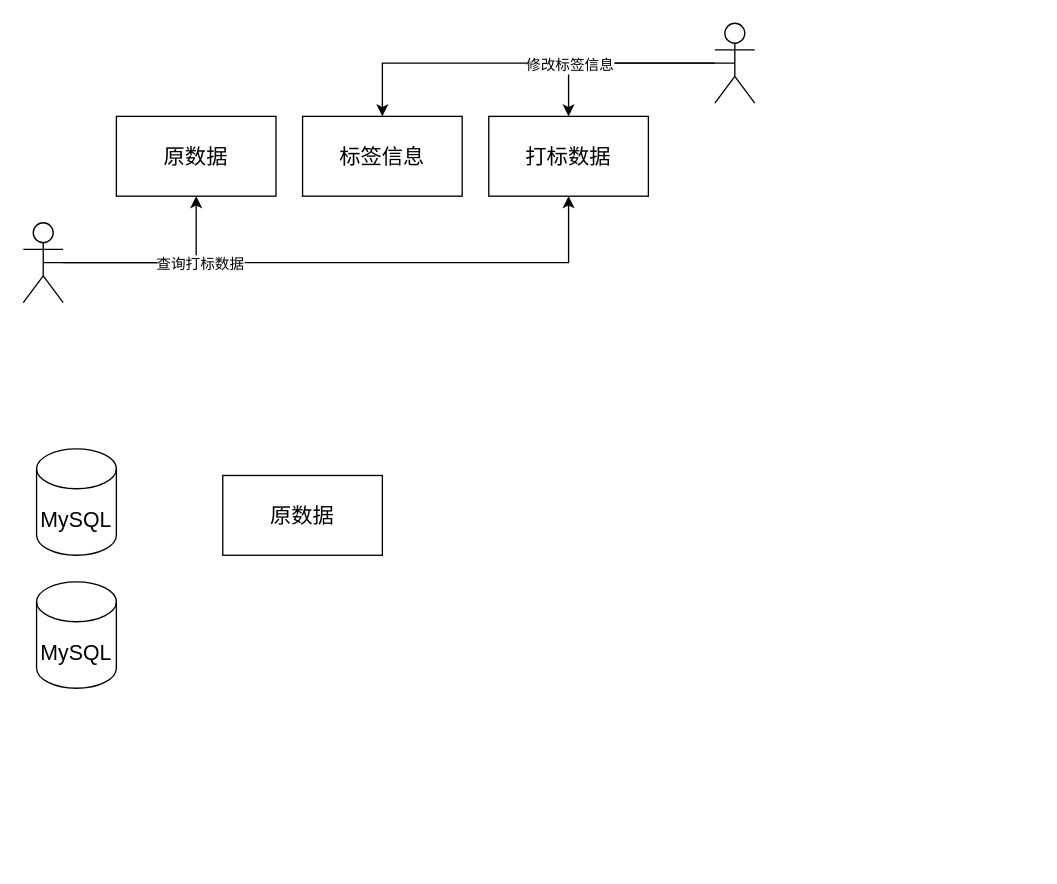
Before: 未命名绘图.drawio in dcvx/draw.io, a draw.io diagram. Source tidied: cells renumbered, new cells numbered last; positions are measured from the earlier drawing's top-left corner, leaving out a move shared by most shapes. Both pictures are drawn from the tidied source at 133%, with x=0, y=0 at pixel (23, 23).
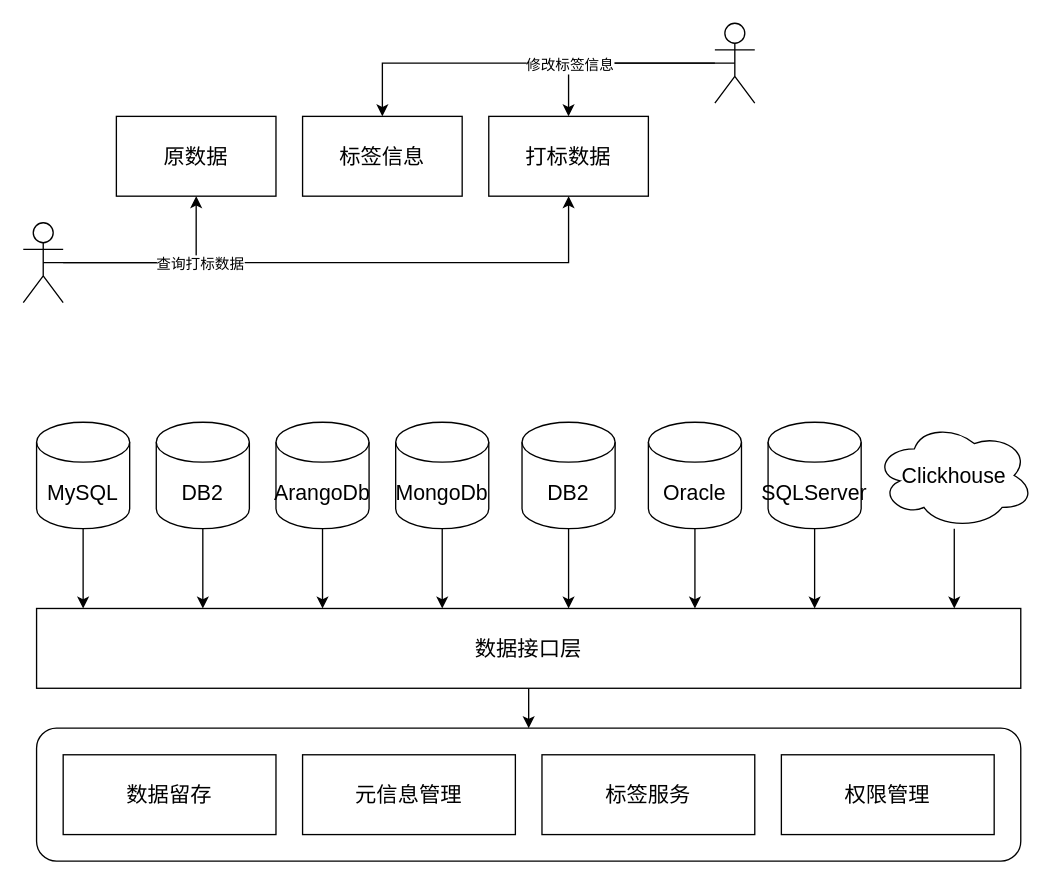
The same diagram, later.

Commit message (it also covers changes not shown here):
更新未命名绘图.drawio

The edit, as a diff of the source:
```diff
@@
+    <mxCell id="16" style="rounded=1;whiteSpace=wrap;html=1;" parent="1" vertex="1">
+      <mxGeometry x="10" y="530" width="740" height="100" as="geometry" />
+    </mxCell>
@@
+    <mxCell id="17" style="edgeStyle=orthogonalEdgeStyle;rounded=0;jettySize=auto;html=1;" parent="1" edge="1" source="13" target="16">
+      <mxGeometry relative="1" as="geometry" />
+    </mxCell>
-    <mxCell id="13" value="原数据" style="rounded=0;whiteSpace=wrap;html=1;fontSize=16;" parent="1" vertex="1">
-      <mxGeometry x="150" y="340" width="120" height="60" as="geometry" />
+    <mxCell id="13" value="数据接口层" style="rounded=0;whiteSpace=wrap;html=1;fontSize=16;" parent="1" vertex="1">
+      <mxGeometry x="10" y="440" width="740" height="60" as="geometry" />
     </mxCell>
+    <mxCell id="18" style="edgeStyle=orthogonalEdgeStyle;rounded=0;jettySize=auto;html=1;exitX=0.5;exitY=1;exitDx=0;exitDy=0;exitPerimeter=0;" parent="1" edge="1" source="14" target="13">
+      <mxGeometry relative="1" as="geometry">
+        <Array as="points">
+          <mxPoint x="45" y="420" />
+          <mxPoint x="45" y="420" />
+        </Array>
+      </mxGeometry>
+    </mxCell>
     <mxCell id="14" value="MySQL" style="shape=cylinder3;whiteSpace=wrap;html=1;boundedLbl=1;backgroundOutline=1;size=15;fontSize=16;" parent="1" vertex="1">
-      <mxGeometry x="10" y="320" width="60" height="80" as="geometry" />
+      <mxGeometry x="10" y="300" width="70" height="80" as="geometry" />
     </mxCell>
+    <mxCell id="19" style="edgeStyle=orthogonalEdgeStyle;rounded=0;jettySize=auto;html=1;" parent="1" edge="1" source="15" target="13">
+      <mxGeometry relative="1" as="geometry">
+        <Array as="points">
+          <mxPoint x="135" y="420" />
+          <mxPoint x="135" y="420" />
+        </Array>
+      </mxGeometry>
+    </mxCell>
-    <mxCell id="15" value="MySQL" style="shape=cylinder3;whiteSpace=wrap;html=1;boundedLbl=1;backgroundOutline=1;size=15;fontSize=16;" parent="1" vertex="1">
-      <mxGeometry x="10" y="420" width="60" height="80" as="geometry" />
+    <mxCell id="15" value="DB2" style="shape=cylinder3;whiteSpace=wrap;html=1;boundedLbl=1;backgroundOutline=1;size=15;fontSize=16;" parent="1" vertex="1">
+      <mxGeometry x="100" y="300" width="70" height="80" as="geometry" />
     </mxCell>
+    <mxCell id="20" style="edgeStyle=orthogonalEdgeStyle;rounded=0;jettySize=auto;html=1;" parent="1" edge="1" source="21" target="13">
+      <mxGeometry relative="1" as="geometry">
+        <Array as="points">
+          <mxPoint x="225" y="430" />
+          <mxPoint x="225" y="430" />
+        </Array>
+      </mxGeometry>
+    </mxCell>
+    <mxCell id="21" value="ArangoDb" style="shape=cylinder3;whiteSpace=wrap;html=1;boundedLbl=1;backgroundOutline=1;size=15;fontSize=16;" parent="1" vertex="1">
+      <mxGeometry x="190" y="300" width="70" height="80" as="geometry" />
+    </mxCell>
+    <mxCell id="22" style="edgeStyle=orthogonalEdgeStyle;rounded=0;jettySize=auto;html=1;" parent="1" edge="1" source="23" target="13">
+      <mxGeometry relative="1" as="geometry">
+        <Array as="points">
+          <mxPoint x="315" y="430" />
+          <mxPoint x="315" y="430" />
+        </Array>
+      </mxGeometry>
+    </mxCell>
+    <mxCell id="23" value="MongoDb" style="shape=cylinder3;whiteSpace=wrap;html=1;boundedLbl=1;backgroundOutline=1;size=15;fontSize=16;" parent="1" vertex="1">
+      <mxGeometry x="280" y="300" width="70" height="80" as="geometry" />
+    </mxCell>
+    <mxCell id="24" style="edgeStyle=orthogonalEdgeStyle;rounded=0;jettySize=auto;html=1;" parent="1" edge="1" source="25" target="13">
+      <mxGeometry relative="1" as="geometry">
+        <Array as="points">
+          <mxPoint x="505" y="420" />
+          <mxPoint x="505" y="420" />
+        </Array>
+      </mxGeometry>
+    </mxCell>
+    <mxCell id="25" value="Oracle" style="shape=cylinder3;whiteSpace=wrap;html=1;boundedLbl=1;backgroundOutline=1;size=15;fontSize=16;" parent="1" vertex="1">
+      <mxGeometry x="470" y="300" width="70" height="80" as="geometry" />
+    </mxCell>
+    <mxCell id="26" style="edgeStyle=orthogonalEdgeStyle;rounded=0;jettySize=auto;html=1;exitX=0.5;exitY=1;exitDx=0;exitDy=0;exitPerimeter=0;" parent="1" edge="1" source="27" target="13">
+      <mxGeometry relative="1" as="geometry">
+        <Array as="points">
+          <mxPoint x="410" y="420" />
+          <mxPoint x="410" y="420" />
+        </Array>
+      </mxGeometry>
+    </mxCell>
+    <mxCell id="27" value="DB2" style="shape=cylinder3;whiteSpace=wrap;html=1;boundedLbl=1;backgroundOutline=1;size=15;fontSize=16;" parent="1" vertex="1">
+      <mxGeometry x="375" y="300" width="70" height="80" as="geometry" />
+    </mxCell>
+    <mxCell id="28" style="edgeStyle=orthogonalEdgeStyle;rounded=0;jettySize=auto;html=1;" parent="1" edge="1" source="29" target="13">
+      <mxGeometry relative="1" as="geometry">
+        <Array as="points">
+          <mxPoint x="595" y="420" />
+          <mxPoint x="595" y="420" />
+        </Array>
+      </mxGeometry>
+    </mxCell>
+    <mxCell id="29" value="SQLServer" style="shape=cylinder3;whiteSpace=wrap;html=1;boundedLbl=1;backgroundOutline=1;size=15;fontSize=16;" parent="1" vertex="1">
+      <mxGeometry x="560" y="300" width="70" height="80" as="geometry" />
+    </mxCell>
+    <mxCell id="30" style="edgeStyle=orthogonalEdgeStyle;rounded=0;jettySize=auto;html=1;" parent="1" edge="1" source="31" target="13">
+      <mxGeometry relative="1" as="geometry">
+        <Array as="points">
+          <mxPoint x="700" y="420" />
+          <mxPoint x="700" y="420" />
+        </Array>
+      </mxGeometry>
+    </mxCell>
+    <mxCell id="31" value="&lt;font style=&quot;font-size: 16px;&quot;&gt;Clickhouse&lt;/font&gt;" style="ellipse;shape=cloud;whiteSpace=wrap;html=1;" parent="1" vertex="1">
+      <mxGeometry x="640" y="300" width="120" height="80" as="geometry" />
+    </mxCell>
+    <mxCell id="32" value="数据留存" style="rounded=0;whiteSpace=wrap;html=1;fontSize=16;" parent="1" vertex="1">
+      <mxGeometry x="30" y="550" width="160" height="60" as="geometry" />
+    </mxCell>
+    <mxCell id="33" value="元信息管理" style="rounded=0;whiteSpace=wrap;html=1;fontSize=16;" parent="1" vertex="1">
+      <mxGeometry x="210" y="550" width="160" height="60" as="geometry" />
+    </mxCell>
+    <mxCell id="34" value="标签服务" style="rounded=0;whiteSpace=wrap;html=1;fontSize=16;" parent="1" vertex="1">
+      <mxGeometry x="390" y="550" width="160" height="60" as="geometry" />
+    </mxCell>
+    <mxCell id="35" value="权限管理" style="rounded=0;whiteSpace=wrap;html=1;fontSize=16;" parent="1" vertex="1">
+      <mxGeometry x="570" y="550" width="160" height="60" as="geometry" />
+    </mxCell>
```
